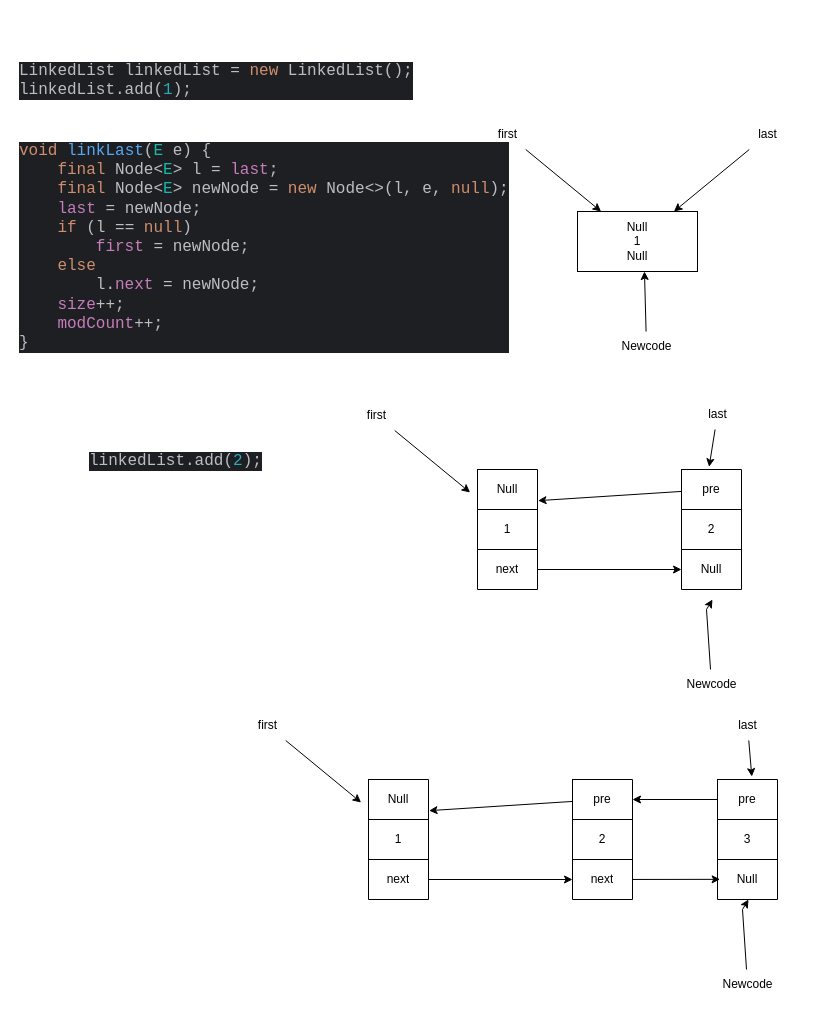
The draw.io diagram draw/linklist.drawio in DeepDarkBoy48/JavaStudy, before the edit. Source tidied: cells renumbered, new cells numbered last; positions are measured from the earlier drawing's top-left corner, leaving out a move shared by most shapes. Both pictures are drawn from the tidied source at 100%, with x=0, y=0 at pixel (17, 39).
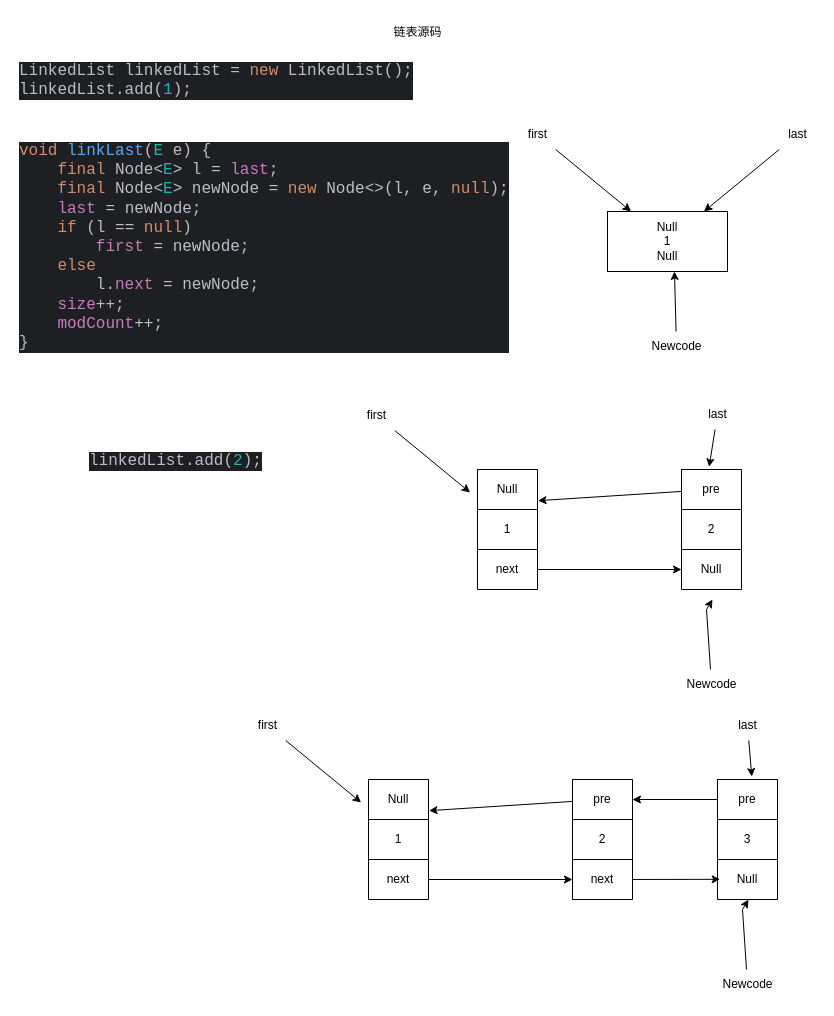
The same diagram, later.

Diff of the diagram source:
```diff
@@
     <mxCell id="2" value="Null&lt;br&gt;1&lt;br&gt;Null" style="rounded=0;whiteSpace=wrap;html=1;" parent="1" vertex="1">
-      <mxGeometry x="560" y="172" width="120" height="60" as="geometry" />
+      <mxGeometry x="590" y="172" width="120" height="60" as="geometry" />
     </mxCell>
@@
     <mxCell id="4" value="last" style="text;html=1;align=center;verticalAlign=middle;points=[];strokeColor=none;fillColor=none;" parent="1" vertex="1">
-      <mxGeometry x="730" y="80" width="40" height="30" as="geometry" />
+      <mxGeometry x="760" y="80" width="40" height="30" as="geometry" />
     </mxCell>
@@
     <mxCell id="6" value="first" style="text;html=1;align=center;verticalAlign=middle;points=[];strokeColor=none;fillColor=none;" parent="1" vertex="1">
-      <mxGeometry x="470" y="80" width="40" height="30" as="geometry" />
+      <mxGeometry x="500" y="80" width="40" height="30" as="geometry" />
     </mxCell>
     <mxCell id="7" value="Newcode" style="text;html=1;align=center;verticalAlign=middle;points=[];strokeColor=none;fillColor=none;" parent="1" vertex="1">
-      <mxGeometry x="594" y="292" width="70" height="30" as="geometry" />
+      <mxGeometry x="624" y="292" width="70" height="30" as="geometry" />
     </mxCell>
@@
+    <mxCell id="67" value="链表源码" style="text;html=1;align=center;verticalAlign=middle;strokeColor=none;fillColor=none;" parent="1" vertex="1">
+      <mxGeometry x="365" y="-22" width="70" height="30" as="geometry" />
+    </mxCell>
```
